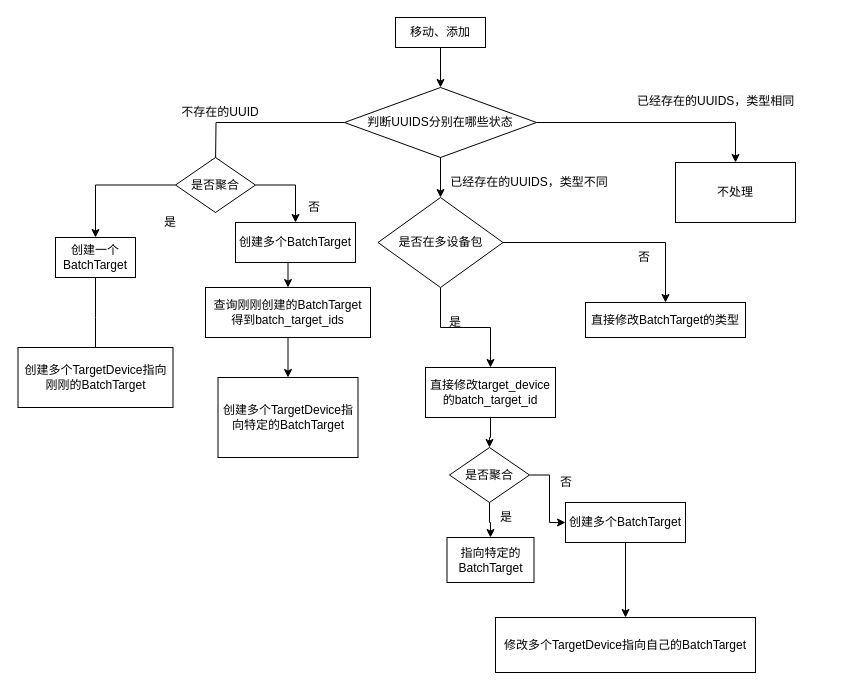
Before: 未命名绘图.drawio in xxgzzp/antdpro, a draw.io diagram. Source tidied: cells renumbered, new cells numbered last; positions are measured from the earlier drawing's top-left corner, leaving out a move shared by most shapes. Both pictures are drawn from the tidied source at 100%, with x=0, y=0 at pixel (17, 17).
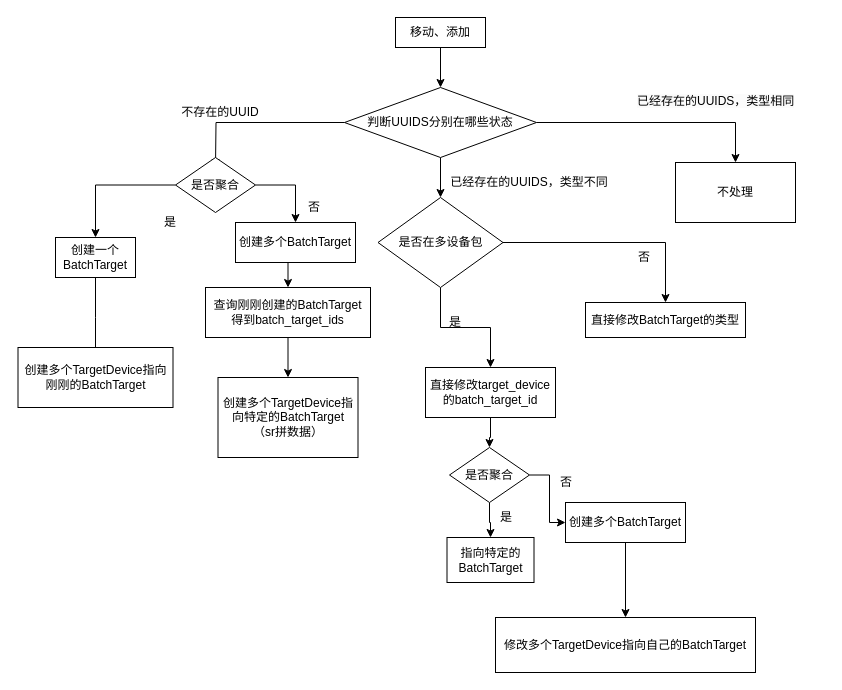
The same page after the edit.

Commit message (it also covers changes not shown here):
更新未命名绘图.drawio

What changed in the source:
```diff
@@
-    <mxCell id="32" value="创建多个TargetDevice指向特定的BatchTarget" style="rounded=0;whiteSpace=wrap;html=1;" parent="1" vertex="1">
+    <mxCell id="32" value="创建多个TargetDevice指向特定的BatchTarget&lt;br&gt;（sr拼数据）" style="rounded=0;whiteSpace=wrap;html=1;" parent="1" vertex="1">
       <mxGeometry x="200.5" y="360" width="140" height="80" as="geometry" />
     </mxCell>
```
